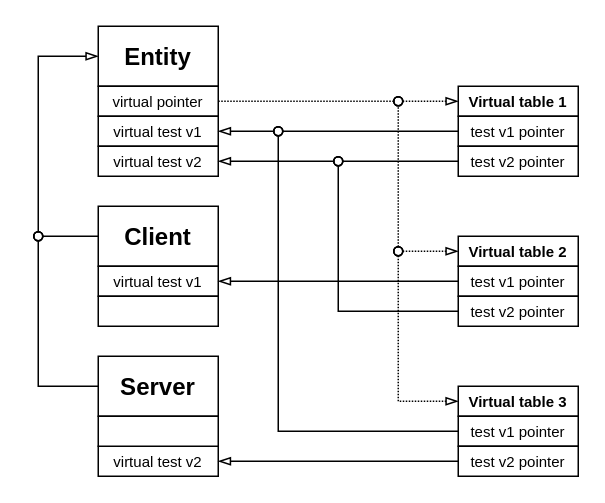
Above: projects/examples/source/03.02.12.drawio in i-s-m-mipt/Education (draw.io), before the change. Source tidied: cells renumbered, new cells numbered last; positions are measured from the earlier drawing's top-left corner, leaving out a move shared by most shapes. Both pictures are drawn from the tidied source at 150%, with x=0, y=0 at pixel (38, 26).
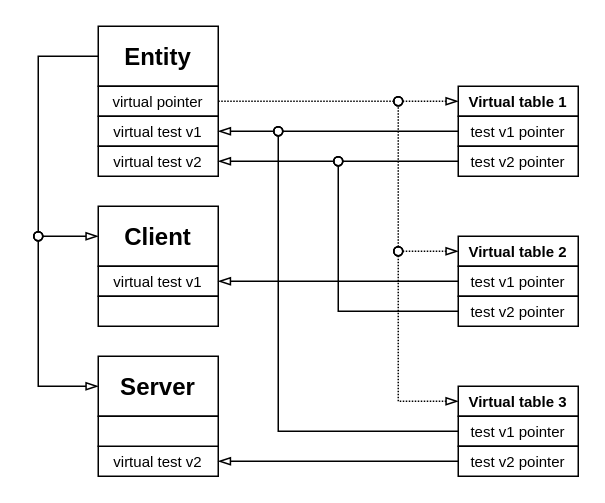
Above is the later version.

Unchanged cells that the change refers to:
```xml
<mxCell id="2" value="&lt;b&gt;&lt;font face=&quot;Helvetica&quot; style=&quot;font-size: 16px;&quot;&gt;Entity&lt;/font&gt;&lt;/b&gt;" style="rounded=0;whiteSpace=wrap;html=1;fillColor=none;" parent="1" vertex="1">
  <mxGeometry x="40" width="80" height="40" as="geometry" />
</mxCell>
<mxCell id="6" value="&lt;font face=&quot;Helvetica&quot; style=&quot;font-size: 16px;&quot;&gt;&lt;b style=&quot;&quot;&gt;Client&lt;/b&gt;&lt;/font&gt;" style="rounded=0;whiteSpace=wrap;html=1;fillColor=none;" parent="1" vertex="1">
  <mxGeometry x="40" y="120" width="80" height="40" as="geometry" />
</mxCell>
<mxCell id="8" value="&lt;span style=&quot;font-size: 16px;&quot;&gt;&lt;b style=&quot;&quot;&gt;&lt;font face=&quot;Helvetica&quot;&gt;Server&lt;/font&gt;&lt;/b&gt;&lt;/span&gt;" style="rounded=0;whiteSpace=wrap;html=1;fillColor=none;" parent="1" vertex="1">
  <mxGeometry x="40" y="220" width="80" height="40" as="geometry" />
</mxCell>
```

The edit, as a diff of the source:
```diff
@@
-    <mxCell id="28" style="endArrow=blockThin;html=1;rounded=0;entryX=0;entryY=0.5;entryDx=0;entryDy=0;endFill=0;startArrow=oval;startFill=0;" parent="1" edge="1" target="2">
+    <mxCell id="28" style="endArrow=none;html=1;rounded=0;entryX=0;entryY=0.5;entryDx=0;entryDy=0;endFill=0;startArrow=oval;startFill=0;" parent="1" edge="1" target="2">
       <mxGeometry relative="1" as="geometry">
         <mxPoint y="140" as="sourcePoint" />
         <Array as="points">
           <mxPoint y="140" />
           <mxPoint y="20" />
         </Array>
       </mxGeometry>
     </mxCell>
-    <mxCell id="29" style="endArrow=oval;html=1;rounded=0;exitX=0;exitY=0.5;exitDx=0;exitDy=0;endFill=0;startFill=0;" parent="1" edge="1" source="8">
+    <mxCell id="29" style="endArrow=oval;html=1;rounded=0;exitX=0;exitY=0.5;exitDx=0;exitDy=0;endFill=0;startFill=0;startArrow=blockThin;" parent="1" edge="1" source="8">
       <mxGeometry relative="1" as="geometry">
         <mxPoint y="140" as="targetPoint" />
         <Array as="points">
           <mxPoint y="240" />
         </Array>
       </mxGeometry>
     </mxCell>
@@
-    <mxCell id="34" style="endArrow=none;html=1;rounded=0;entryX=0;entryY=0.5;entryDx=0;entryDy=0;startArrow=oval;startFill=0;" parent="1" edge="1" target="6">
+    <mxCell id="34" style="endArrow=blockThin;html=1;rounded=0;entryX=0;entryY=0.5;entryDx=0;entryDy=0;startArrow=oval;startFill=0;endFill=0;" parent="1" edge="1" target="6">
       <mxGeometry relative="1" as="geometry">
         <mxPoint y="140" as="sourcePoint" />
       </mxGeometry>
     </mxCell>
```
